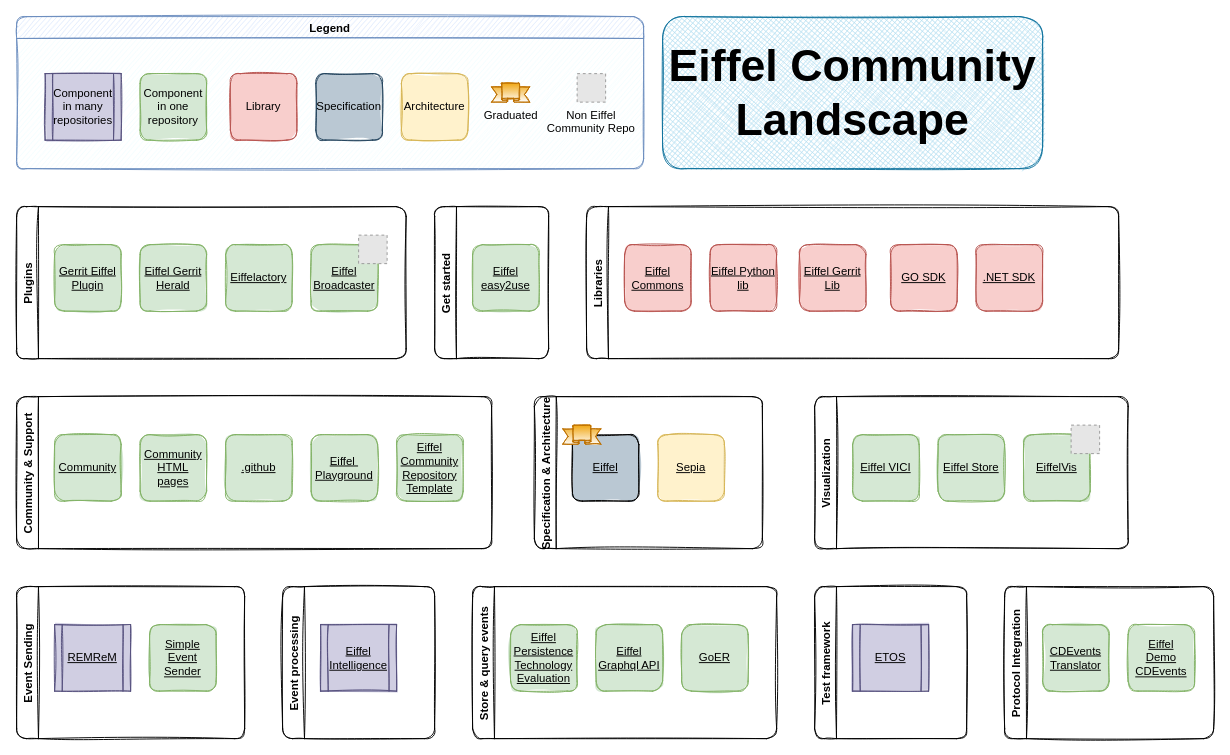
The draw.io diagram src/landscape.drawio in eiffel-community/eiffel-community.github.io, before the edit. Source tidied: cells renumbered, new cells numbered last; positions are measured from the earlier drawing's top-left corner, leaving out a move shared by most shapes. Both pictures are drawn from the tidied source at 95%, with x=0, y=0 at pixel (16, 16). Pictures stored in the file or linked from it are replaced by grey dashed boxes.
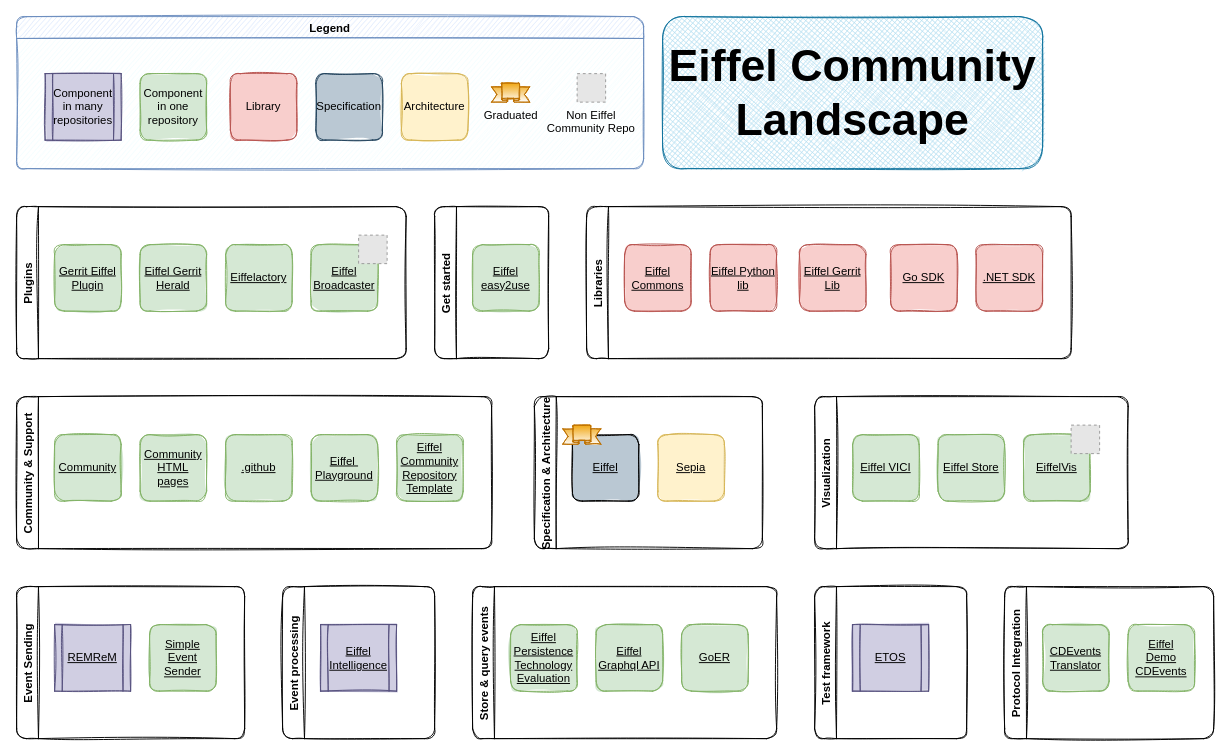
The same diagram, later.

Commit message (it also covers changes not shown here):
Update capitilization of Go and change with of box

Change to the diagram source:
```diff
@@
     <mxCell id="35" value="Libraries" style="swimlane;horizontal=0;rounded=1;sketch=1;" parent="1" vertex="1">
-      <mxGeometry x="600" y="200" width="560" height="160" as="geometry" />
+      <mxGeometry x="600" y="200" width="510" height="160" as="geometry" />
     </mxCell>
@@
-    <mxCell id="39" value="&lt;u&gt;GO SDK&lt;/u&gt;" style="whiteSpace=wrap;html=1;sketch=1;rounded=1;fillColor=#f8cecc;strokeColor=#b85450;fillStyle=solid;" parent="35" vertex="1">
+    <mxCell id="39" value="&lt;u&gt;Go SDK&lt;/u&gt;" style="whiteSpace=wrap;html=1;sketch=1;rounded=1;fillColor=#f8cecc;strokeColor=#b85450;fillStyle=solid;" parent="35" vertex="1">
       <mxGeometry x="320" y="40" width="70" height="70" as="geometry" />
     </mxCell>
```
